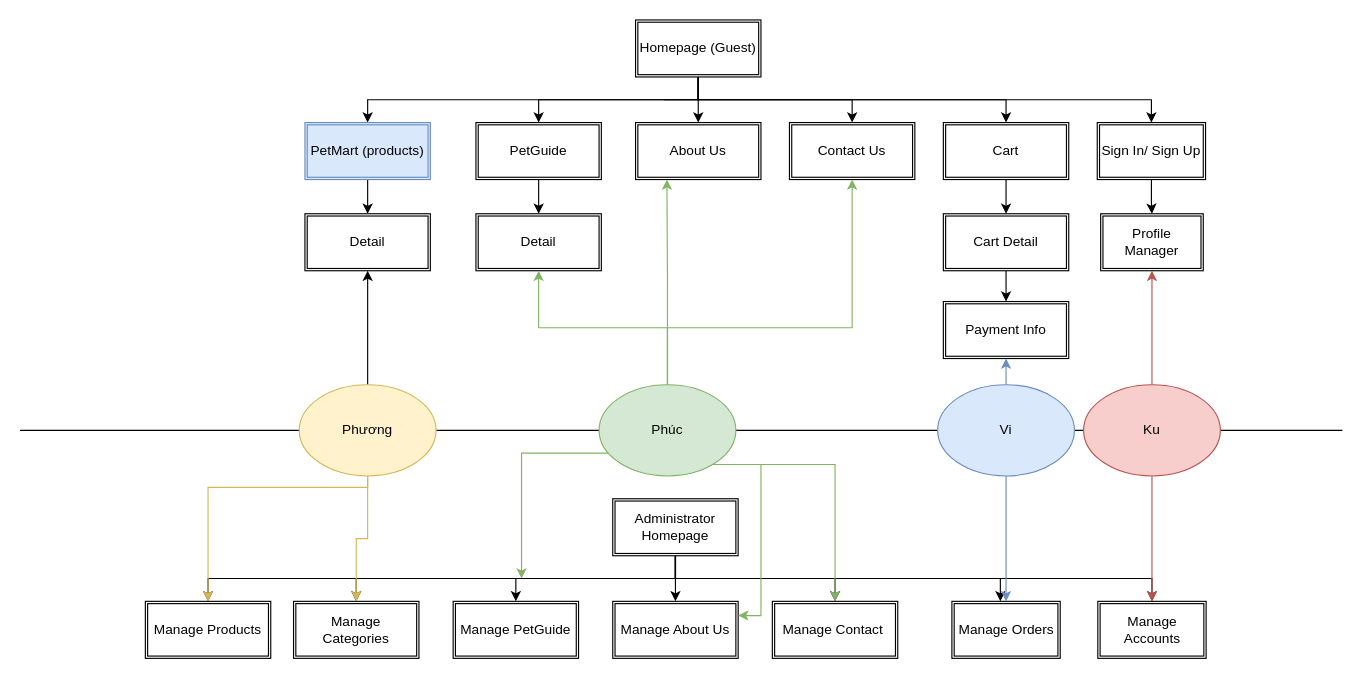
The draw.io diagram page "Site Map" (1 of 3) of PetCare-design-Phuong-PC.drawio in duyphuong403/PetCare, before the edit. Source tidied: cells renumbered, new cells numbered last; positions are measured from the earlier drawing's top-left corner, leaving out a move shared by most shapes. Both pictures are drawn from the tidied source at 114%, with x=0, y=0 at pixel (19, 19).
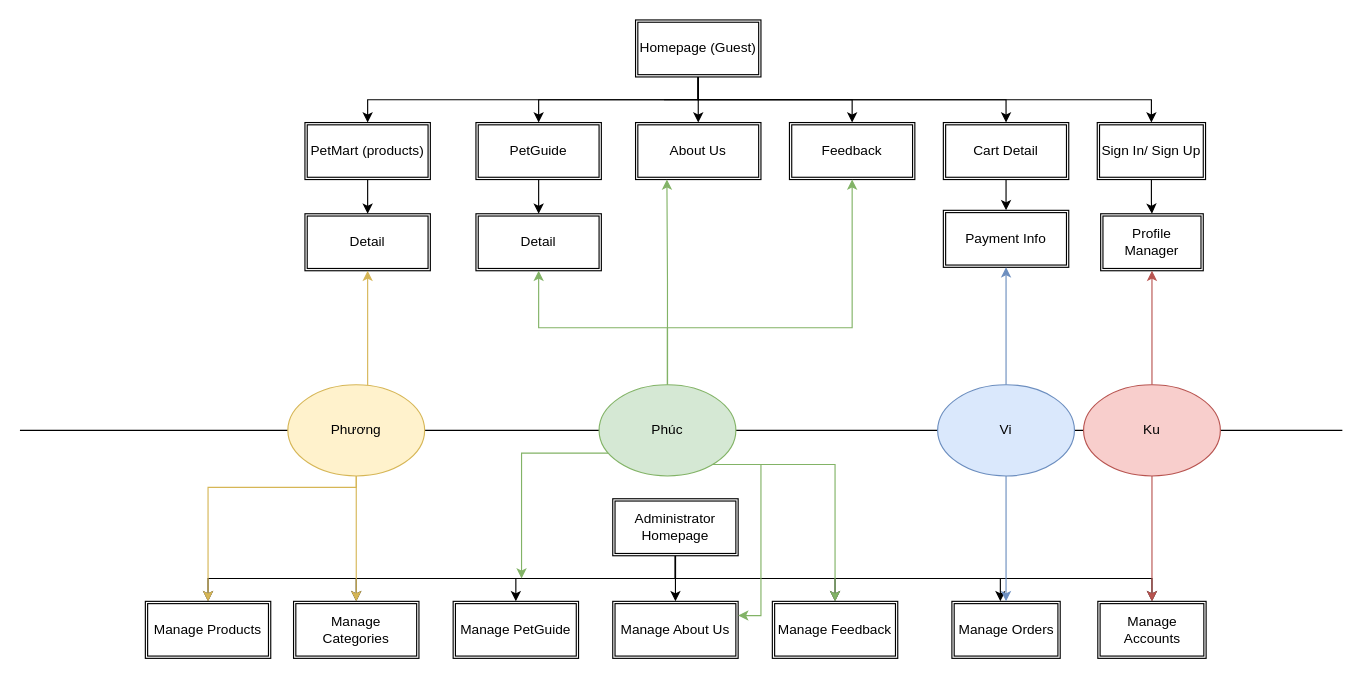
The same page after the edit.

The change refers to these unchanged cells:
```xml
<mxCell id="8" value="Homepage (Guest)" style="shape=ext;double=1;rounded=0;whiteSpace=wrap;html=1;" parent="1" vertex="1">
  <mxGeometry x="540" width="110" height="50" as="geometry" />
</mxCell>
<mxCell id="22" value="Detail" style="shape=ext;double=1;rounded=0;whiteSpace=wrap;html=1;" parent="1" vertex="1">
  <mxGeometry x="250" y="170" width="110" height="50" as="geometry" />
</mxCell>
<mxCell id="47" value="&lt;span style=&quot;white-space: normal&quot;&gt;Manage Products&lt;/span&gt;" style="shape=ext;double=1;rounded=0;whiteSpace=wrap;html=1;" parent="1" vertex="1">
  <mxGeometry x="110" y="510" width="110" height="50" as="geometry" />
</mxCell>
```

What changed in the source:
```diff
@@
-    <mxCell id="5" style="edgeStyle=orthogonalEdgeStyle;rounded=0;jettySize=auto;html=1;entryX=0.5;entryY=0;entryDx=0;entryDy=0;exitX=0.5;exitY=1;exitDx=0;exitDy=0;" parent="1" edge="1" source="8" target="19">
+    <mxCell id="5" style="edgeStyle=orthogonalEdgeStyle;rounded=0;jettySize=auto;html=1;entryX=0.5;entryY=0;entryDx=0;entryDy=0;exitX=0.5;exitY=1;exitDx=0;exitDy=0;" parent="1" edge="1" source="8">
       <mxGeometry relative="1" as="geometry">
+        <mxPoint x="865" y="90" as="targetPoint" />
         <Array as="points">
           <mxPoint x="565" y="70" />
           <mxPoint x="845" y="70" />
         </Array>
       </mxGeometry>
     </mxCell>
@@
-    <mxCell id="13" value="PetMart (products)" style="shape=ext;double=1;rounded=0;whiteSpace=wrap;html=1;fillColor=#dae8fc;strokeColor=#6c8ebf;" parent="1" vertex="1">
+    <mxCell id="13" value="PetMart (products)" style="shape=ext;double=1;rounded=0;whiteSpace=wrap;html=1;" parent="1" vertex="1">
       <mxGeometry x="250" y="90" width="110" height="50" as="geometry" />
     </mxCell>
@@
-    <mxCell id="18" style="edgeStyle=orthogonalEdgeStyle;rounded=0;jettySize=auto;html=1;" parent="1" edge="1" source="19" target="21">
-      <mxGeometry relative="1" as="geometry" />
-    </mxCell>
-    <mxCell id="19" value="Cart" style="shape=ext;double=1;rounded=0;whiteSpace=wrap;html=1;" parent="1" vertex="1">
-      <mxGeometry x="810" y="90" width="110" height="50" as="geometry" />
-    </mxCell>
@@
     <mxCell id="21" value="Cart Detail" style="shape=ext;double=1;rounded=0;whiteSpace=wrap;html=1;" parent="1" vertex="1">
-      <mxGeometry x="810" y="170" width="110" height="50" as="geometry" />
+      <mxGeometry x="810" y="90" width="110" height="50" as="geometry" />
     </mxCell>
@@
     <mxCell id="23" value="Payment Info" style="shape=ext;double=1;rounded=0;whiteSpace=wrap;html=1;" parent="1" vertex="1">
-      <mxGeometry x="810" y="247" width="110" height="50" as="geometry" />
+      <mxGeometry x="810" y="167" width="110" height="50" as="geometry" />
     </mxCell>
@@
-    <mxCell id="35" value="&lt;span style=&quot;white-space: normal&quot;&gt;Manage&amp;nbsp;&lt;/span&gt;Contact&amp;nbsp;" style="shape=ext;double=1;rounded=0;whiteSpace=wrap;html=1;" parent="1" vertex="1">
+    <mxCell id="35" value="Manage Feedback" style="shape=ext;double=1;rounded=0;whiteSpace=wrap;html=1;" parent="1" vertex="1">
       <mxGeometry x="660" y="510" width="110" height="50" as="geometry" />
     </mxCell>
@@
-    <mxCell id="40" value="Contact Us" style="shape=ext;double=1;rounded=0;whiteSpace=wrap;html=1;" parent="1" vertex="1">
+    <mxCell id="40" value="Feedback" style="shape=ext;double=1;rounded=0;whiteSpace=wrap;html=1;" parent="1" vertex="1">
       <mxGeometry x="675" y="90" width="110" height="50" as="geometry" />
     </mxCell>
@@
-    <mxCell id="55" style="edgeStyle=orthogonalEdgeStyle;rounded=0;jettySize=auto;html=1;entryX=0.5;entryY=1;entryDx=0;entryDy=0;" parent="1" edge="1" source="58" target="22">
-      <mxGeometry relative="1" as="geometry" />
+    <mxCell id="55" style="edgeStyle=orthogonalEdgeStyle;rounded=0;jettySize=auto;html=1;entryX=0.5;entryY=1;entryDx=0;entryDy=0;fillColor=#fff2cc;strokeColor=#d6b656;" parent="1" edge="1" source="58" target="22">
+      <mxGeometry relative="1" as="geometry">
+        <Array as="points">
+          <mxPoint x="305" y="280" />
+          <mxPoint x="305" y="280" />
+        </Array>
+      </mxGeometry>
     </mxCell>
@@
     <mxCell id="57" style="edgeStyle=orthogonalEdgeStyle;rounded=0;jettySize=auto;html=1;fillColor=#fff2cc;strokeColor=#d6b656;" parent="1" edge="1" source="58" target="47">
       <mxGeometry relative="1" as="geometry">
         <Array as="points">
-          <mxPoint x="305" y="410" />
+          <mxPoint x="295" y="410" />
           <mxPoint x="165" y="410" />
         </Array>
       </mxGeometry>
     </mxCell>
     <mxCell id="58" value="Phương" style="ellipse;whiteSpace=wrap;html=1;fillColor=#fff2cc;strokeColor=#d6b656;" parent="1" vertex="1">
-      <mxGeometry x="245" y="320" width="120" height="80" as="geometry" />
+      <mxGeometry x="235" y="320" width="120" height="80" as="geometry" />
     </mxCell>
```
